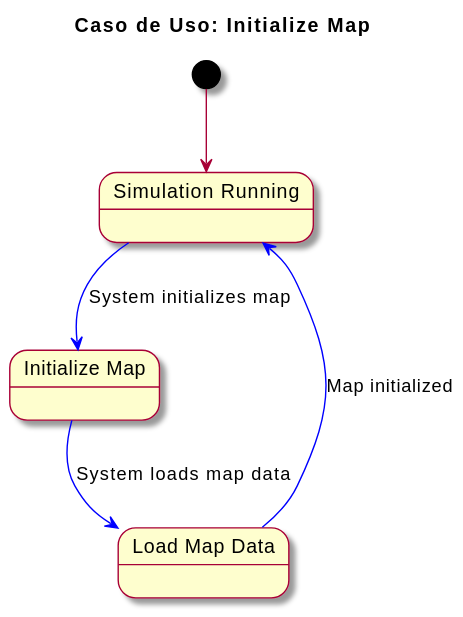
Earlier version of the PlantUML export docs/images/detalleCasosDeUso/InitializeMap.svg (mmasias/23-24-IdSw2-SDD).
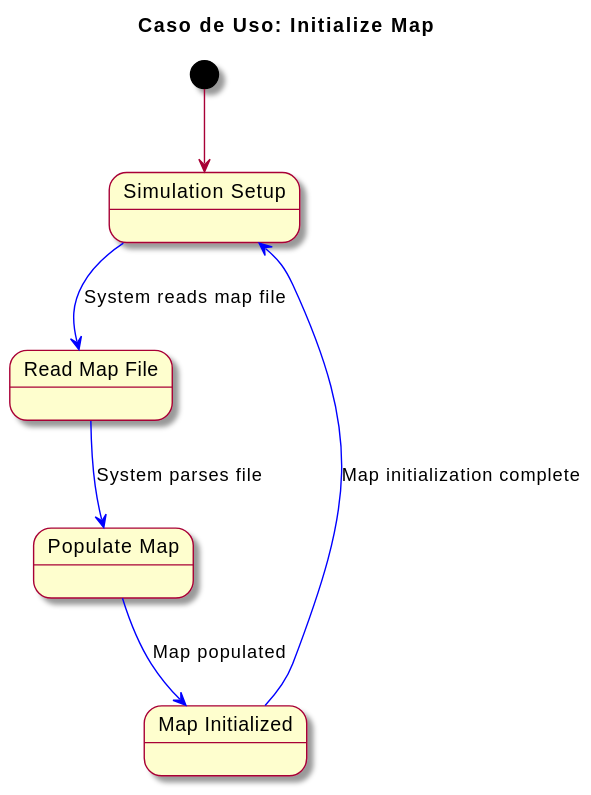
After the commit.

Diff of the diagram source:
```diff
@@ -2,12 +2,14 @@
 skin rose
 title Caso de Uso: Initialize Map
 
-state SIMULATION_RUNNING as "Simulation Running"
-state InitializeMap as "Initialize Map"
-state LoadMapData as "Load Map Data"
+state SIMULATION_SETUP as "Simulation Setup"
+state ReadFile as "Read Map File"
+state PopulateMap as "Populate Map"
+state MapInitialized as "Map Initialized"
 
-[*] --> SIMULATION_RUNNING
-SIMULATION_RUNNING -[#blue]-> InitializeMap : System initializes map
-InitializeMap -[#blue]-> LoadMapData : System loads map data
-LoadMapData -[#blue]-> SIMULATION_RUNNING : Map initialized
+[*] --> SIMULATION_SETUP
+SIMULATION_SETUP -[#blue]-> ReadFile : System reads map file
+ReadFile -[#blue]-> PopulateMap : System parses file
+PopulateMap -[#blue]-> MapInitialized : Map populated
+MapInitialized -[#blue]-> SIMULATION_SETUP : Map initialization complete
 @enduml
```
